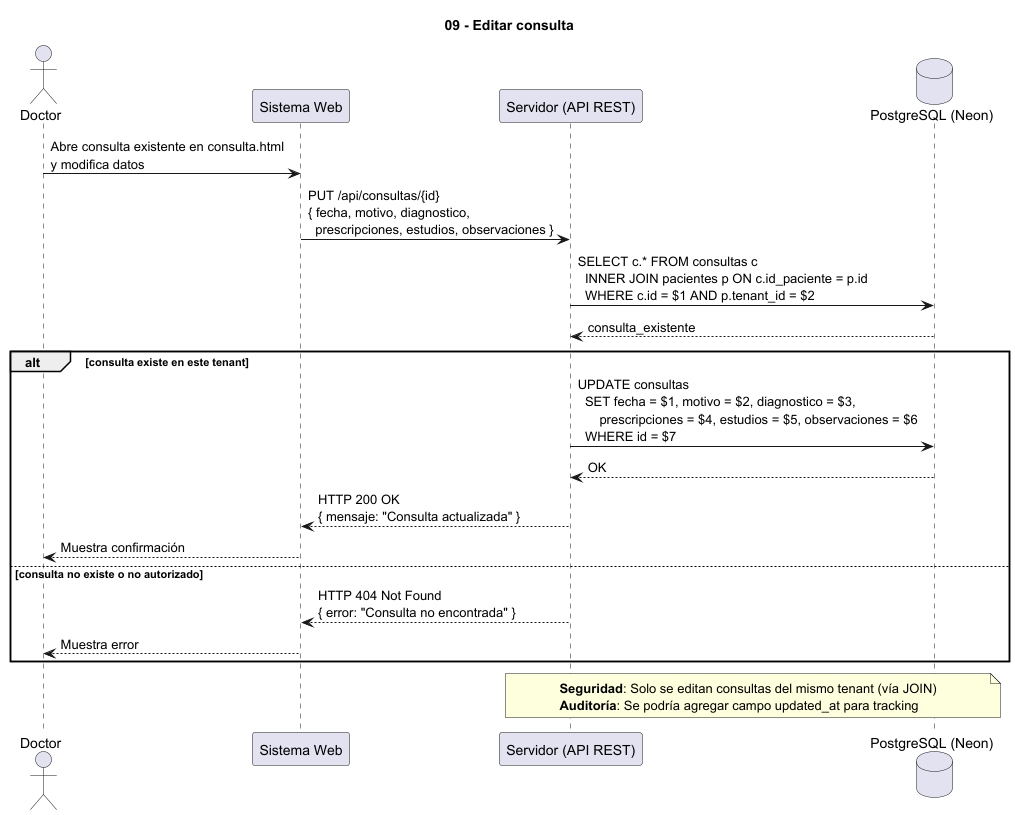
Before: docs/Imagenes_UML/09_Editar_consulta.png, a diagram exported from PlantUML (marcostoledo96/mvp_historias-clinicas). Source of this version:
```plantuml
@startuml
title 09 - Editar consulta

actor Doctor
participant "Sistema Web" as Web
participant "Servidor (API REST)" as Server
database "PostgreSQL (Neon)" as DB

Doctor -> Web : Abre consulta existente en consulta.html\ny modifica datos

Web -> Server : PUT /api/consultas/{id}\n{ fecha, motivo, diagnostico,\n  prescripciones, estudios, observaciones }

Server -> DB : SELECT c.* FROM consultas c\n  INNER JOIN pacientes p ON c.id_paciente = p.id\n  WHERE c.id = $1 AND p.tenant_id = $2
DB --> Server : consulta_existente

alt consulta existe en este tenant
  Server -> DB : UPDATE consultas\n  SET fecha = $1, motivo = $2, diagnostico = $3,\n      prescripciones = $4, estudios = $5, observaciones = $6\n  WHERE id = $7
  DB --> Server : OK

  Server --> Web : HTTP 200 OK\n{ mensaje: "Consulta actualizada" }
  Web --> Doctor : Muestra confirmación

else consulta no existe o no autorizado
  Server --> Web : HTTP 404 Not Found\n{ error: "Consulta no encontrada" }
  Web --> Doctor : Muestra error
end

note over Server, DB
  **Seguridad**: Solo se editan consultas del mismo tenant (vía JOIN)
  **Auditoría**: Se podría agregar campo updated_at para tracking
end note

@enduml
```
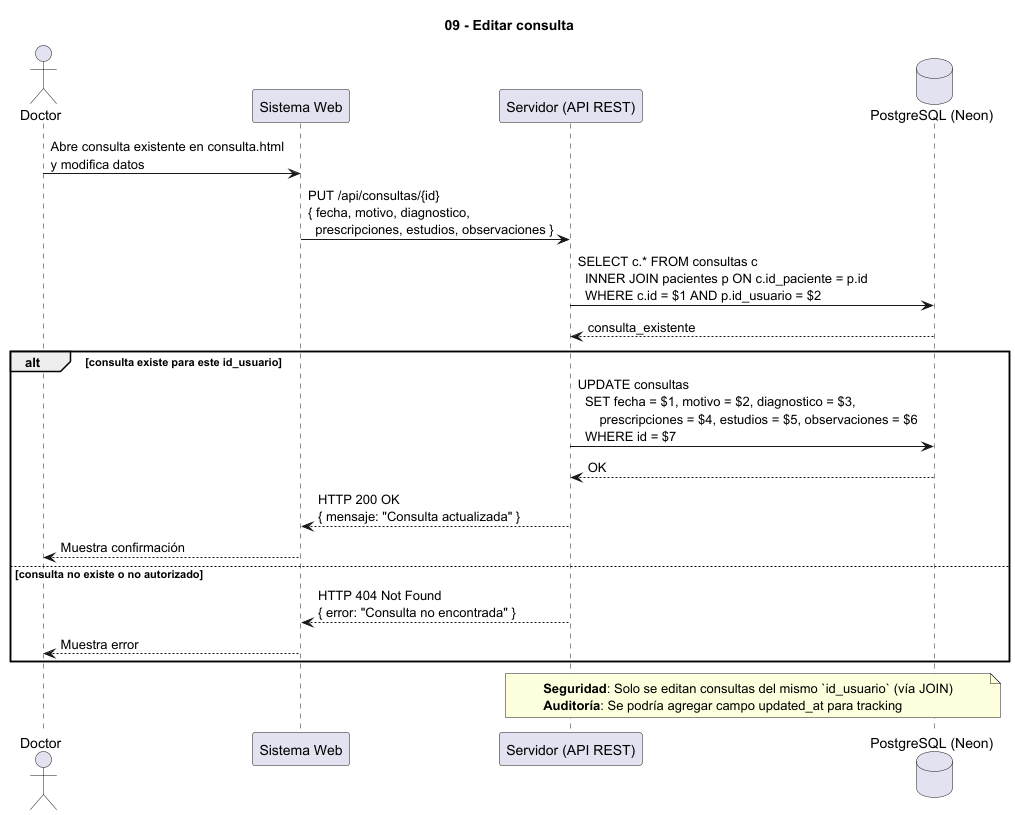
After the change.

Diff of the diagram source:
```diff
@@ -10,10 +10,10 @@
 
 Web -> Server : PUT /api/consultas/{id}\n{ fecha, motivo, diagnostico,\n  prescripciones, estudios, observaciones }
 
-Server -> DB : SELECT c.* FROM consultas c\n  INNER JOIN pacientes p ON c.id_paciente = p.id\n  WHERE c.id = $1 AND p.tenant_id = $2
+Server -> DB : SELECT c.* FROM consultas c\n  INNER JOIN pacientes p ON c.id_paciente = p.id\n  WHERE c.id = $1 AND p.id_usuario = $2
 DB --> Server : consulta_existente
 
-alt consulta existe en este tenant
+alt consulta existe para este id_usuario
   Server -> DB : UPDATE consultas\n  SET fecha = $1, motivo = $2, diagnostico = $3,\n      prescripciones = $4, estudios = $5, observaciones = $6\n  WHERE id = $7
   DB --> Server : OK
 
@@ -26,7 +26,7 @@
 end
 
 note over Server, DB
-  **Seguridad**: Solo se editan consultas del mismo tenant (vía JOIN)
+  **Seguridad**: Solo se editan consultas del mismo `id_usuario` (vía JOIN)
   **Auditoría**: Se podría agregar campo updated_at para tracking
 end note
 
```
